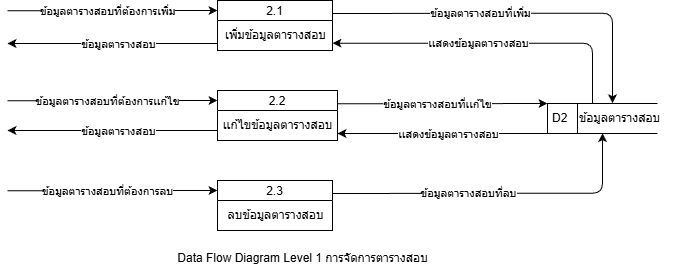
Before: drawio/system_diagram/png/DFDL1_2.png, a diagram exported from draw.io (PatcharaphonKoosomsarp/FACE-EXAM). Source tidied: cells renumbered, new cells last; positions are measured from the earlier drawing's top-left corner, leaving out a move shared by most shapes.
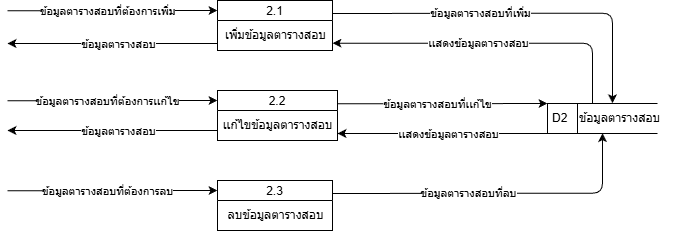
After the change.

What changed in the source:
```diff
@@ -148,8 +148,5 @@
     <mxCell id="30" value="ข้อมูลตารางสอบ" style="text;html=1;align=left;verticalAlign=middle;strokeColor=none;fillColor=none;" parent="28" vertex="1">
       <mxGeometry x="30" width="100" height="30" as="geometry" />
     </mxCell>
-    <mxCell id="31" value="Data Flow Diagram Level 1 การจัดการตารางสอบ" style="text;html=1;align=center;verticalAlign=middle;strokeColor=none;fillColor=none;" parent="1" vertex="1">
-      <mxGeometry x="160" y="243" width="270" height="30" as="geometry" />
-    </mxCell>
   </root>
 </mxGraphModel>
```
